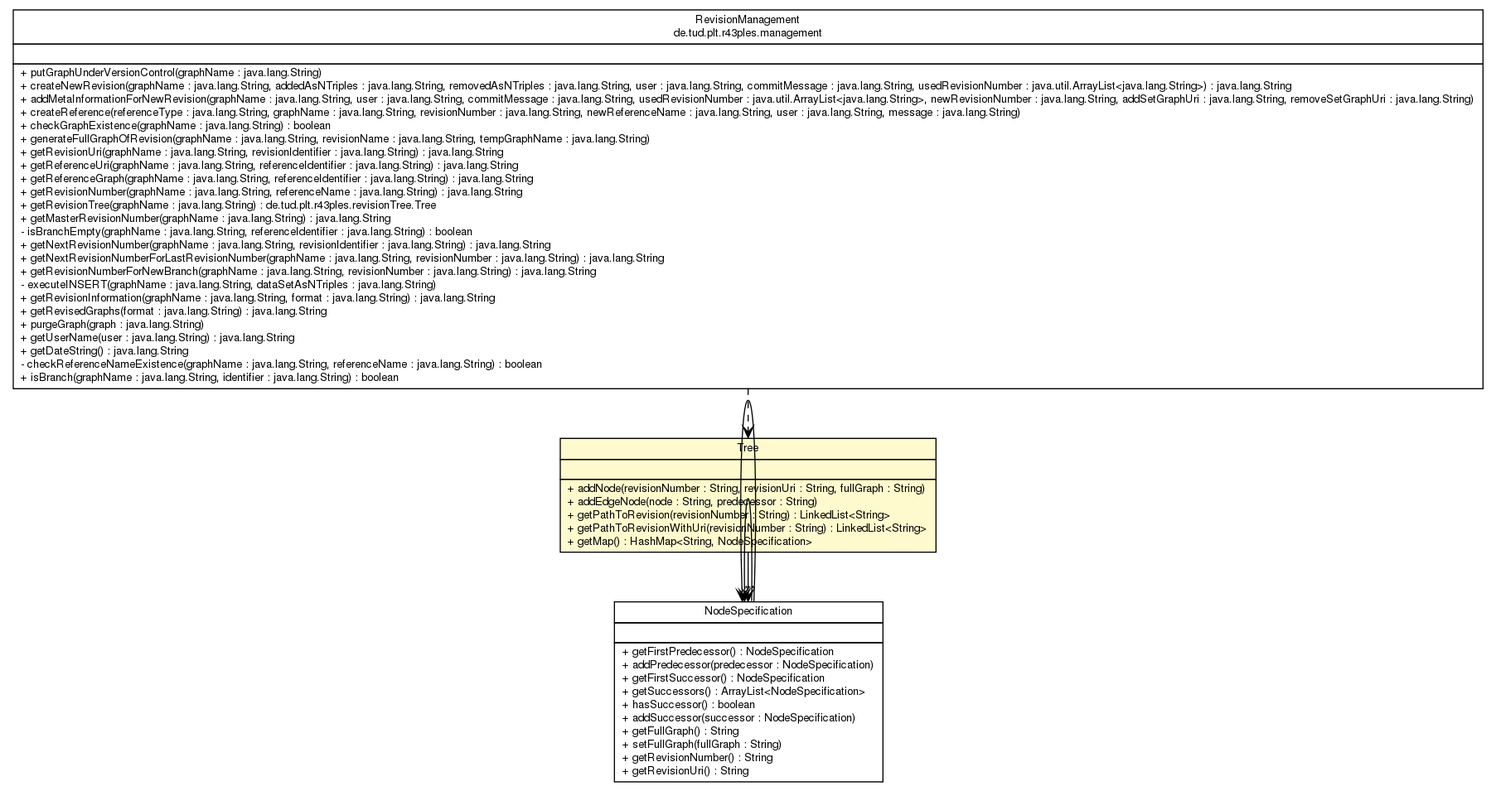
The Graphviz diagram javadoc/de/tud/plt/r43ples/revisionTree/Tree.png in markusgraube/r43ples, before a commit. Its source is kept beside it as javadoc/de/tud/plt/r43ples/revisionTree/Tree.dot.
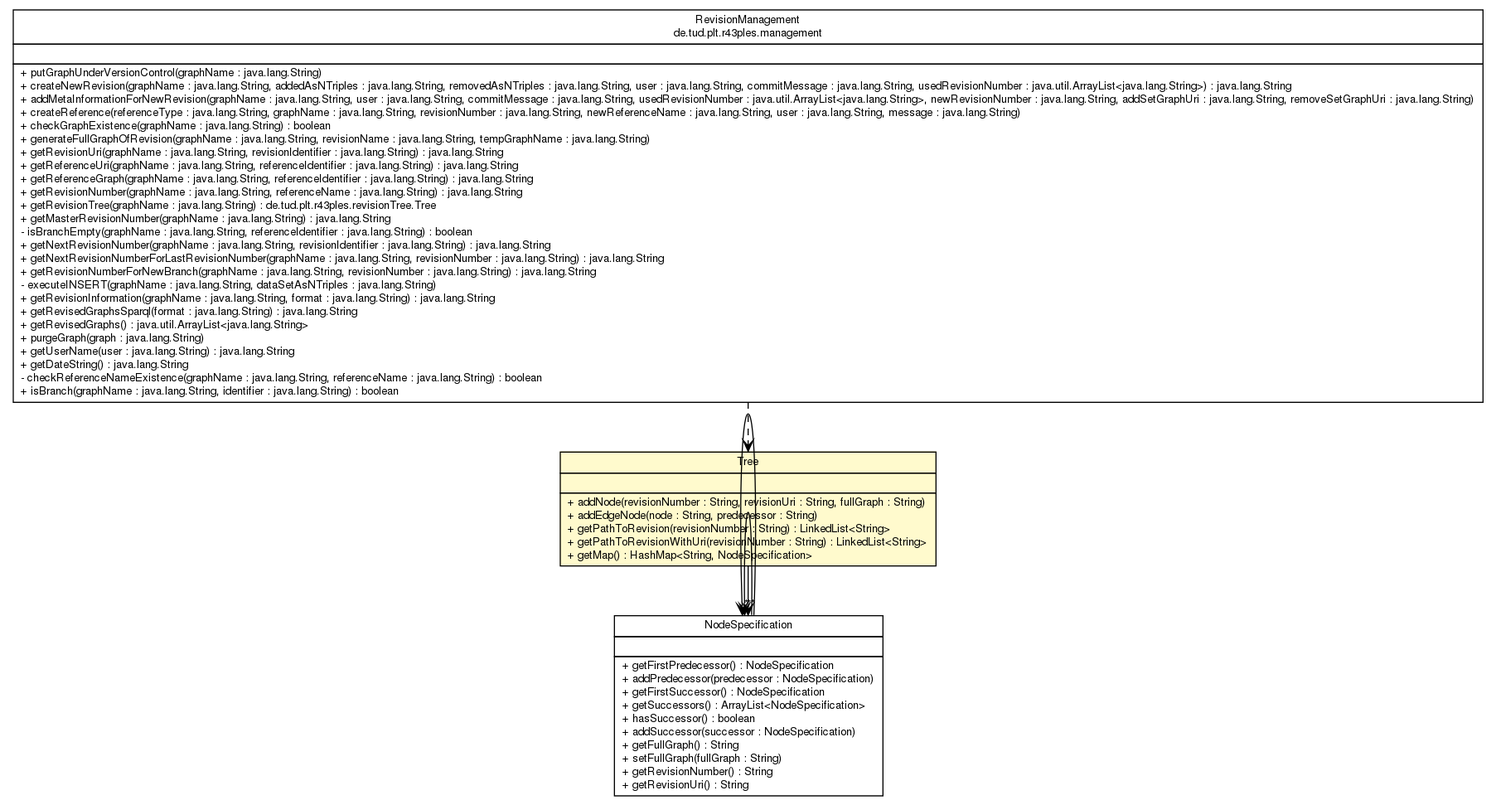
After the commit.

What changed in the source:
```diff
@@ -4,7 +4,7 @@
 	node [fontname="Helvetica",fontsize=10,shape=plaintext];
 	nodesep=0.25;
 	ranksep=0.5;
-	c259 [label=<<table title="de.tud.plt.r43ples.management.RevisionManagement" border="0" cellborder="1" cellspacing="0" cellpadding="2" port="p" href="../management/RevisionManagement.html">
+	c258 [label=<<table title="de.tud.plt.r43ples.management.RevisionManagement" border="0" cellborder="1" cellspacing="0" cellpadding="2" port="p" href="../management/RevisionManagement.html">
 		<tr><td><table border="0" cellspacing="0" cellpadding="1">
 <tr><td align="center" balign="center"> RevisionManagement </td></tr>
 <tr><td align="center" balign="center"> de.tud.plt.r43ples.management </td></tr>
@@ -31,7 +31,8 @@
 <tr><td align="left" balign="left"> + getRevisionNumberForNewBranch(graphName : java.lang.String, revisionNumber : java.lang.String) : java.lang.String </td></tr>
 <tr><td align="left" balign="left"> - executeINSERT(graphName : java.lang.String, dataSetAsNTriples : java.lang.String) </td></tr>
 <tr><td align="left" balign="left"> + getRevisionInformation(graphName : java.lang.String, format : java.lang.String) : java.lang.String </td></tr>
-<tr><td align="left" balign="left"> + getRevisedGraphs(format : java.lang.String) : java.lang.String </td></tr>
+<tr><td align="left" balign="left"> + getRevisedGraphsSparql(format : java.lang.String) : java.lang.String </td></tr>
+<tr><td align="left" balign="left"> + getRevisedGraphs() : java.util.ArrayList&lt;java.lang.String&gt; </td></tr>
 <tr><td align="left" balign="left"> + purgeGraph(graph : java.lang.String) </td></tr>
 <tr><td align="left" balign="left"> + getUserName(user : java.lang.String) : java.lang.String </td></tr>
 <tr><td align="left" balign="left"> + getDateString() : java.lang.String </td></tr>
@@ -39,22 +40,7 @@
 <tr><td align="left" balign="left"> + isBranch(graphName : java.lang.String, identifier : java.lang.String) : boolean </td></tr>
 		</table></td></tr>
 		</table>>, URL="../management/RevisionManagement.html", fontname="Helvetica", fontcolor="black", fontsize=10.0];
-	c260 [label=<<table title="de.tud.plt.r43ples.revisionTree.Tree" border="0" cellborder="1" cellspacing="0" cellpadding="2" port="p" bgcolor="lemonChiffon" href="./Tree.html">
-		<tr><td><table border="0" cellspacing="0" cellpadding="1">
-<tr><td align="center" balign="center"> Tree </td></tr>
-		</table></td></tr>
-		<tr><td><table border="0" cellspacing="0" cellpadding="1">
-<tr><td align="left" balign="left">  </td></tr>
-		</table></td></tr>
-		<tr><td><table border="0" cellspacing="0" cellpadding="1">
-<tr><td align="left" balign="left"> + addNode(revisionNumber : String, revisionUri : String, fullGraph : String) </td></tr>
-<tr><td align="left" balign="left"> + addEdgeNode(node : String, predecessor : String) </td></tr>
-<tr><td align="left" balign="left"> + getPathToRevision(revisionNumber : String) : LinkedList&lt;String&gt; </td></tr>
-<tr><td align="left" balign="left"> + getPathToRevisionWithUri(revisionNumber : String) : LinkedList&lt;String&gt; </td></tr>
-<tr><td align="left" balign="left"> + getMap() : HashMap&lt;String, NodeSpecification&gt; </td></tr>
-		</table></td></tr>
-		</table>>, URL="./Tree.html", fontname="Helvetica", fontcolor="black", fontsize=10.0];
-	c261 [label=<<table title="de.tud.plt.r43ples.revisionTree.NodeSpecification" border="0" cellborder="1" cellspacing="0" cellpadding="2" port="p" href="./NodeSpecification.html">
+	c260 [label=<<table title="de.tud.plt.r43ples.revisionTree.NodeSpecification" border="0" cellborder="1" cellspacing="0" cellpadding="2" port="p" href="./NodeSpecification.html">
 		<tr><td><table border="0" cellspacing="0" cellpadding="1">
 <tr><td align="center" balign="center"> NodeSpecification </td></tr>
 		</table></td></tr>
@@ -74,8 +60,23 @@
 <tr><td align="left" balign="left"> + getRevisionUri() : String </td></tr>
 		</table></td></tr>
 		</table>>, URL="./NodeSpecification.html", fontname="Helvetica", fontcolor="black", fontsize=10.0];
-	c260:p -> c261:p [taillabel="", label="", headlabel="*", fontname="Helvetica", fontcolor="black", fontsize=10.0, color="black", arrowhead=open];
-	c261:p -> c261:p [taillabel="", label="", headlabel="*", fontname="Helvetica", fontcolor="black", fontsize=10.0, color="black", arrowhead=open];
-	c261:p -> c261:p [taillabel="", label="", headlabel="*", fontname="Helvetica", fontcolor="black", fontsize=10.0, color="black", arrowhead=open];
-	c259:p -> c260:p [taillabel="", label="", headlabel="", fontname="Helvetica", fontcolor="black", fontsize=10.0, color="black", arrowhead=open, style=dashed];
+	c261 [label=<<table title="de.tud.plt.r43ples.revisionTree.Tree" border="0" cellborder="1" cellspacing="0" cellpadding="2" port="p" bgcolor="lemonChiffon" href="./Tree.html">
+		<tr><td><table border="0" cellspacing="0" cellpadding="1">
+<tr><td align="center" balign="center"> Tree </td></tr>
+		</table></td></tr>
+		<tr><td><table border="0" cellspacing="0" cellpadding="1">
+<tr><td align="left" balign="left">  </td></tr>
+		</table></td></tr>
+		<tr><td><table border="0" cellspacing="0" cellpadding="1">
+<tr><td align="left" balign="left"> + addNode(revisionNumber : String, revisionUri : String, fullGraph : String) </td></tr>
+<tr><td align="left" balign="left"> + addEdgeNode(node : String, predecessor : String) </td></tr>
+<tr><td align="left" balign="left"> + getPathToRevision(revisionNumber : String) : LinkedList&lt;String&gt; </td></tr>
+<tr><td align="left" balign="left"> + getPathToRevisionWithUri(revisionNumber : String) : LinkedList&lt;String&gt; </td></tr>
+<tr><td align="left" balign="left"> + getMap() : HashMap&lt;String, NodeSpecification&gt; </td></tr>
+		</table></td></tr>
+		</table>>, URL="./Tree.html", fontname="Helvetica", fontcolor="black", fontsize=10.0];
+	c260:p -> c260:p [taillabel="", label="", headlabel="*", fontname="Helvetica", fontcolor="black", fontsize=10.0, color="black", arrowhead=open];
+	c260:p -> c260:p [taillabel="", label="", headlabel="*", fontname="Helvetica", fontcolor="black", fontsize=10.0, color="black", arrowhead=open];
+	c261:p -> c260:p [taillabel="", label="", headlabel="*", fontname="Helvetica", fontcolor="black", fontsize=10.0, color="black", arrowhead=open];
+	c258:p -> c261:p [taillabel="", label="", headlabel="", fontname="Helvetica", fontcolor="black", fontsize=10.0, color="black", arrowhead=open, style=dashed];
 }
```
